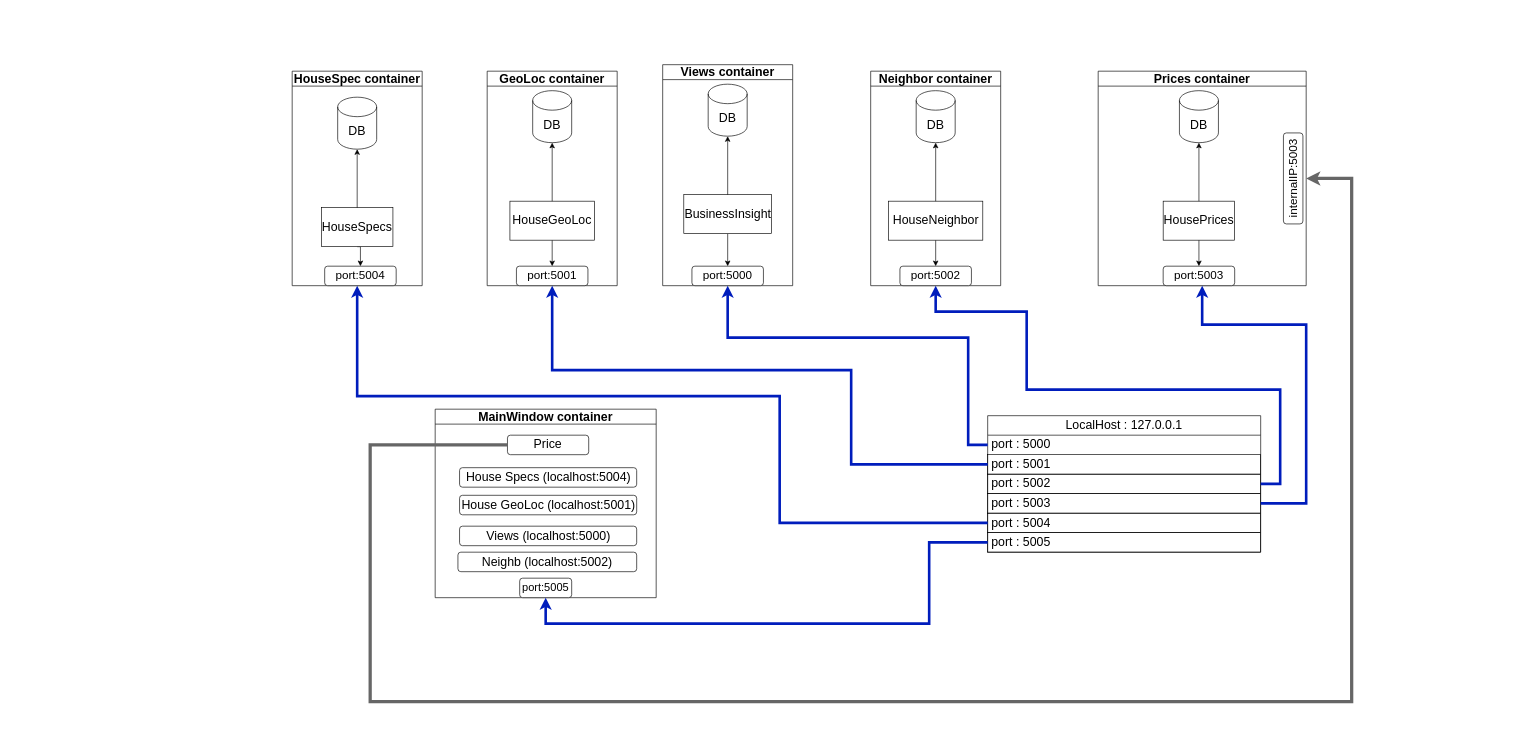
The draw.io diagram AppScheme.drawio in DSun91/House-Prices-Kubernetes-Docker-Microservs, before the edit. Source tidied: cells renumbered, new cells numbered last; positions are measured from the earlier drawing's top-left corner, leaving out a move shared by most shapes. Both pictures are drawn from the tidied source at 65%, with x=0, y=0 at pixel (292, 64).
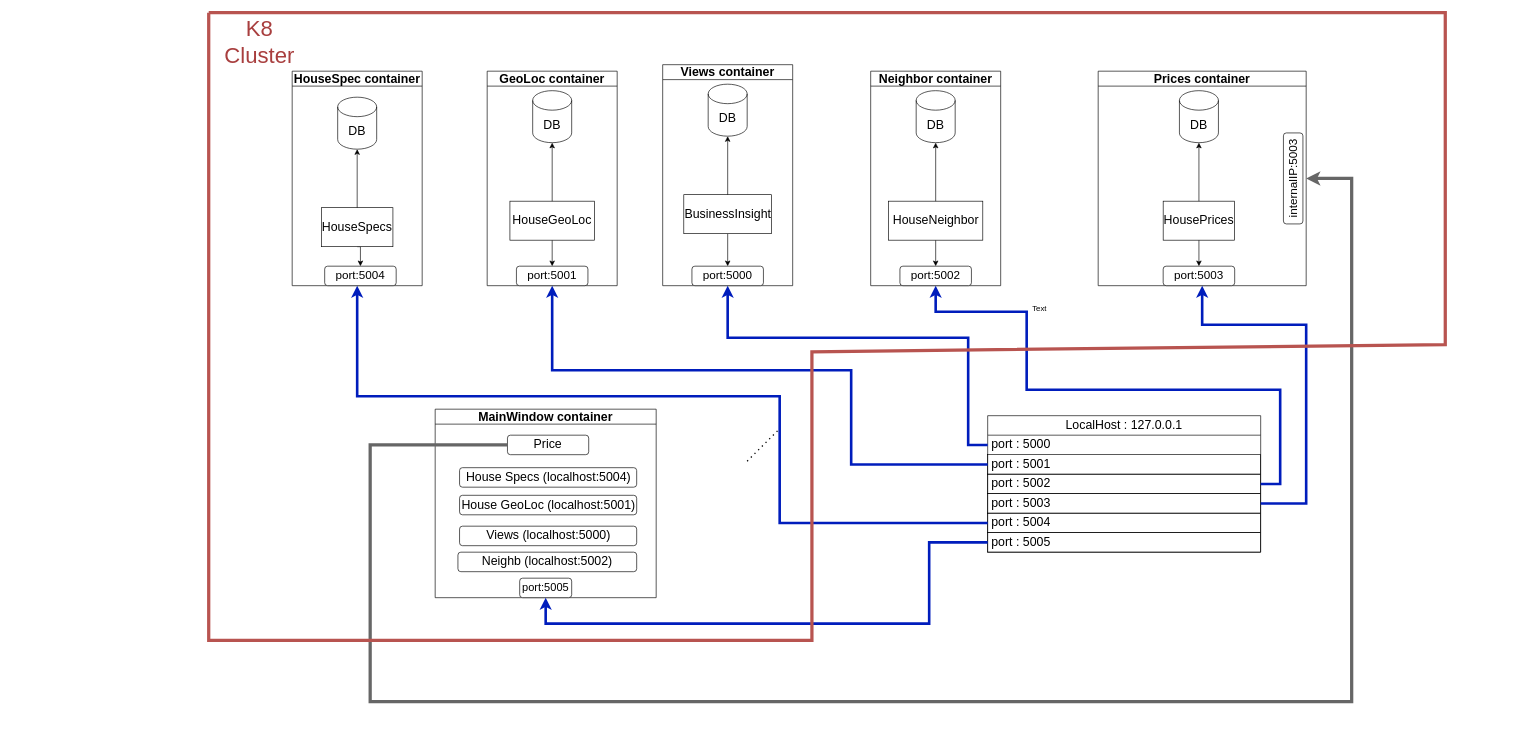
The same page after the edit.

Diff of the diagram source:
```diff
@@
+    <mxCell id="54" style="endArrow=none;dashed=1;html=1;dashPattern=1 3;strokeWidth=2;rounded=0;" parent="1" edge="1">
+      <mxGeometry relative="1" as="geometry">
+        <mxPoint x="700" y="610" as="sourcePoint" />
+        <mxPoint x="750" y="560" as="targetPoint" />
+      </mxGeometry>
+    </mxCell>
+    <mxCell id="55" style="verticalLabelPosition=bottom;verticalAlign=top;html=1;shape=mxgraph.basic.polygon;polyCoords=[[0.13,0],[0.95,0],[0.95,0.46],[0.53,0.47],[0.53,0.87],[0.13,0.87],[0.13,0.77],[0.13,0]];polyline=1;fillColor=none;strokeWidth=5;strokeColor=#b85450;" parent="1" vertex="1">
+      <mxGeometry x="-430" y="-80" width="2320" height="1110" as="geometry" />
+    </mxCell>
+    <mxCell id="56" value="Text" style="text;html=1;align=center;verticalAlign=middle;whiteSpace=wrap;rounded=0;" parent="1" vertex="1">
+      <mxGeometry x="1120" y="360" width="60" height="30" as="geometry" />
+    </mxCell>
+    <mxCell id="57" value="&lt;font style=&quot;font-size: 34px;&quot;&gt;K8 Cluster&lt;/font&gt;" style="text;html=1;align=center;verticalAlign=middle;whiteSpace=wrap;rounded=0;fontColor=#a83e3e;" parent="1" vertex="1">
+      <mxGeometry x="-130" y="-60" width="160" height="50" as="geometry" />
+    </mxCell>
```
